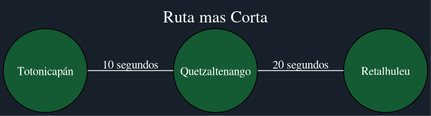
Marco131-xel/Edd_Proyecto2 keeps this Graphviz diagram as Rapidito/id_corta.png. Above is the earlier version. Its source is kept beside it as Rapidito/id_corta.dot.
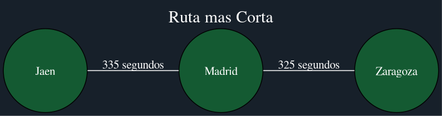
Above is the later version.

The edit, as a diff of the source:
```diff
@@ -7,11 +7,11 @@
   node [style=filled, fillcolor="#145a32", fontcolor="white", shape=circle, width=1.4, fixedsize=true];
   edge [color="white", fontcolor="white"];
   rankdir="LR";
-  "Totonicapán";
-  "Totonicapán";
-  "Totonicapán" -- "Quetzaltenango" [label="10 segundos"];
-  "Quetzaltenango";
-  "Quetzaltenango";
-  "Quetzaltenango" -- "Retalhuleu" [label="20 segundos"];
-  "Retalhuleu";
+  "Jaen";
+  "Jaen";
+  "Jaen" -- "Madrid" [label="335 segundos"];
+  "Madrid";
+  "Madrid";
+  "Madrid" -- "Zaragoza" [label="325 segundos"];
+  "Zaragoza";
 }
```
